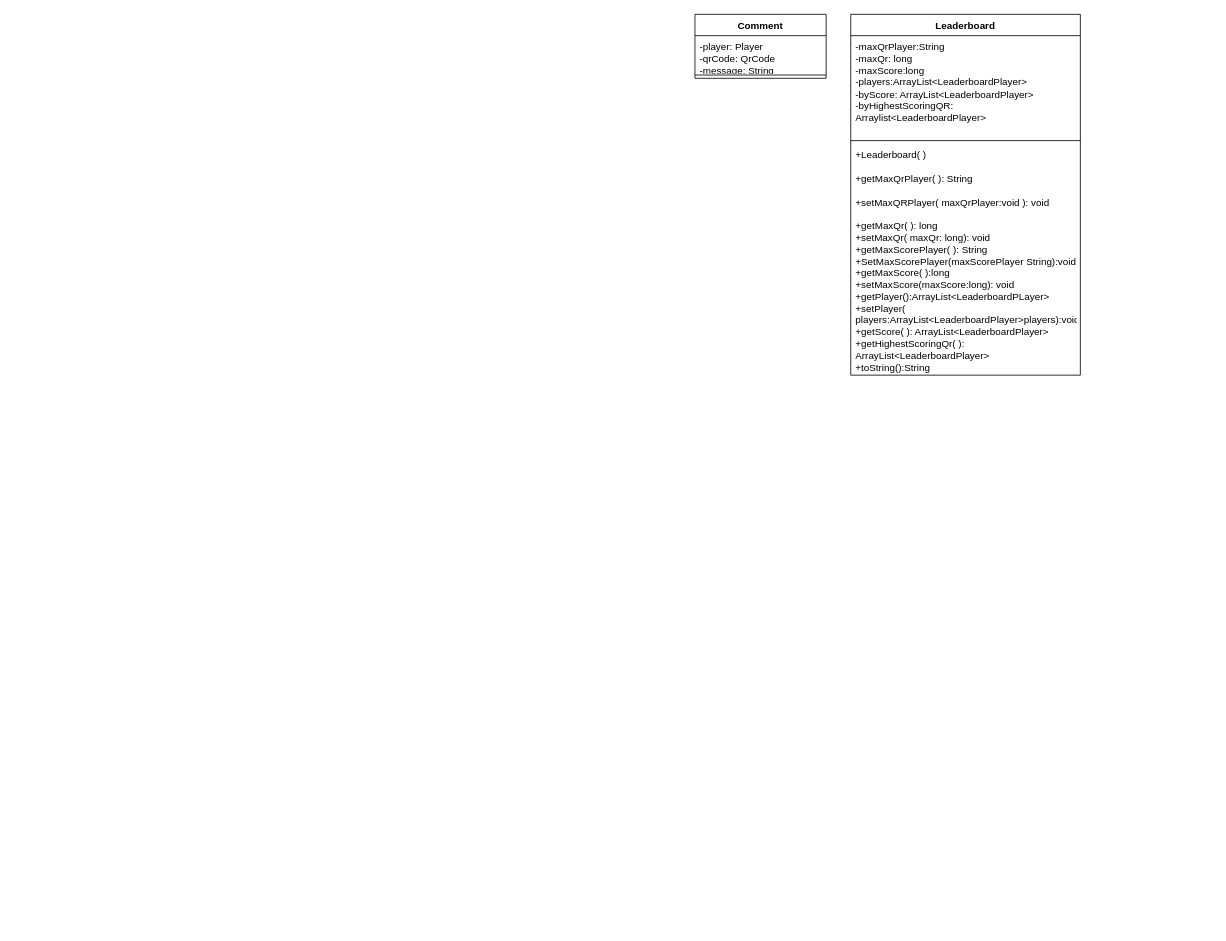
bc-davin/Canary_UML keeps this draw.io diagram as Canary_UML.drawio. Above is the earlier version. Source tidied: cells renumbered, new cells numbered last; positions are measured from the earlier drawing's top-left corner, leaving out a move shared by most shapes. Both pictures are drawn from the tidied source at 82%, with x=0, y=0 at pixel (695, 14).
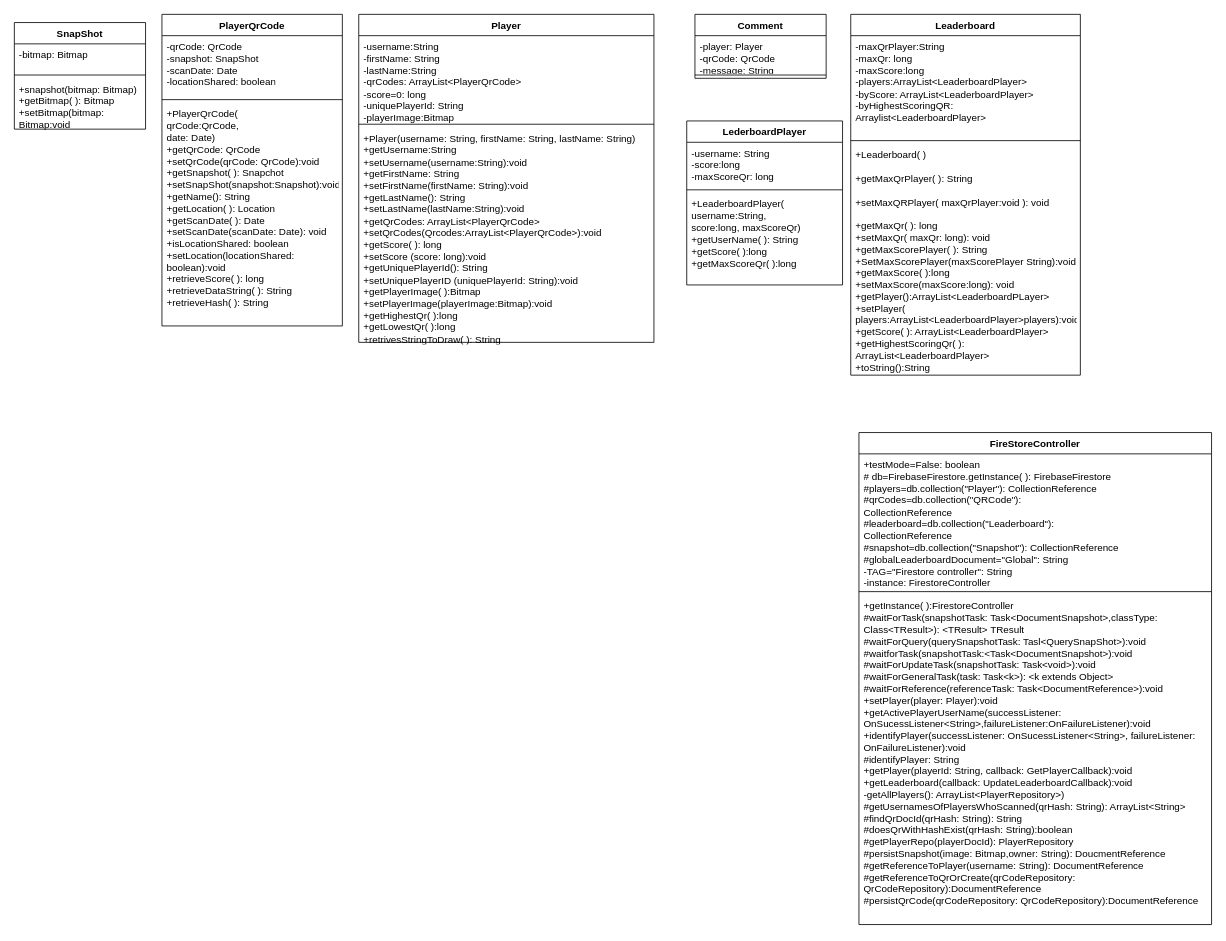
Above is the later version.

Change to the diagram source:
```diff
@@
+    <mxCell id="9" value="LederboardPlayer" style="swimlane;fontStyle=1;align=center;verticalAlign=top;horizontal=1;startSize=26;whiteSpace=wrap;html=1;" parent="1" vertex="1">
+      <mxGeometry x="-10" y="130" width="190" height="200" as="geometry" />
+    </mxCell>
+    <mxCell id="10" value="-username: String&lt;br&gt;-score:long&lt;br&gt;-maxScoreQr: long" style="text;strokeColor=none;fillColor=none;align=left;verticalAlign=top;spacingLeft=4;spacingRight=4;overflow=hidden;whiteSpace=wrap;html=1;" parent="9" vertex="1">
+      <mxGeometry y="26" width="190" height="54" as="geometry" />
+    </mxCell>
+    <mxCell id="11" style="line;strokeWidth=1;fillColor=none;align=left;verticalAlign=middle;spacingTop=-1;spacingLeft=3;spacingRight=3;labelPosition=right;strokeColor=inherit;" parent="9" vertex="1">
+      <mxGeometry y="80" width="190" height="8" as="geometry" />
+    </mxCell>
+    <mxCell id="12" value="+LeaderboardPlayer(&lt;br&gt;username:String,&lt;br&gt;score:long, maxScoreQr)&lt;br&gt;+getUserName( ): String&lt;br&gt;+getScore( ):long&lt;br&gt;+getMaxScoreQr( ):long" style="text;strokeColor=none;fillColor=none;align=left;verticalAlign=top;spacingLeft=4;spacingRight=4;overflow=hidden;whiteSpace=wrap;html=1;" parent="9" vertex="1">
+      <mxGeometry y="88" width="190" height="112" as="geometry" />
+    </mxCell>
+    <mxCell id="13" value="Player" style="swimlane;fontStyle=1;align=center;verticalAlign=top;horizontal=1;startSize=26;whiteSpace=wrap;html=1;" parent="1" vertex="1">
+      <mxGeometry x="-410" width="360" height="400" as="geometry" />
+    </mxCell>
+    <mxCell id="14" value="-username:String&lt;br&gt;-firstName: String&lt;br&gt;-lastName:String&lt;br&gt;-qrCodes: ArrayList&amp;lt;PlayerQrCode&amp;gt;&lt;br&gt;-score=0: long&lt;br&gt;-uniquePlayerId: String&lt;br&gt;-playerImage:Bitmap" style="text;strokeColor=none;fillColor=none;align=left;verticalAlign=top;spacingLeft=4;spacingRight=4;overflow=hidden;whiteSpace=wrap;html=1;" parent="13" vertex="1">
+      <mxGeometry y="26" width="360" height="104" as="geometry" />
+    </mxCell>
+    <mxCell id="15" style="line;strokeWidth=1;fillColor=none;align=left;verticalAlign=middle;spacingTop=-1;spacingLeft=3;spacingRight=3;labelPosition=right;strokeColor=inherit;" parent="13" vertex="1">
+      <mxGeometry y="130" width="360" height="8" as="geometry" />
+    </mxCell>
+    <mxCell id="16" value="+Player(username: String, firstName: String, lastName: String)&lt;br&gt;+getUsername:String&lt;br&gt;+setUsername(username:String):void&lt;br&gt;+getFirstName: String&lt;br&gt;+setFirstName(firstName: String):void&lt;br&gt;+getLastName(): String&lt;br&gt;+setLastName(lastName:String):void&lt;br&gt;+getQrCodes: ArrayList&amp;lt;PlayerQrCode&amp;gt;&lt;br&gt;+setQrCodes(Qrcodes:ArrayList&amp;lt;PlayerQrCode&amp;gt;):void&lt;br&gt;+getScore( ): long&lt;br&gt;+setScore (score: long):void&lt;br&gt;+getUniquePlayerId(): String&lt;br&gt;+setUniquePlayerID (uniquePlayerId: String):void&lt;br&gt;+getPlayerImage( ):Bitmap&lt;br&gt;+setPlayerImage(playerImage:Bitmap):void&lt;br&gt;+getHighestQr( ):long&lt;br&gt;+getLowestQr( ):long&lt;br&gt;+retrivesStringToDraw( ): String" style="text;strokeColor=none;fillColor=none;align=left;verticalAlign=top;spacingLeft=4;spacingRight=4;overflow=hidden;whiteSpace=wrap;html=1;" parent="13" vertex="1">
+      <mxGeometry y="138" width="360" height="262" as="geometry" />
+    </mxCell>
+    <mxCell id="17" value="PlayerQrCode" style="swimlane;fontStyle=1;align=center;verticalAlign=top;horizontal=1;startSize=26;whiteSpace=wrap;html=1;" parent="1" vertex="1">
+      <mxGeometry x="-650" width="220" height="380" as="geometry" />
+    </mxCell>
+    <mxCell id="18" value="-qrCode: QrCode&lt;br&gt;-snapshot: SnapShot&lt;br&gt;-scanDate: Date&lt;br&gt;-locationShared: boolean&lt;br&gt;" style="text;strokeColor=none;fillColor=none;align=left;verticalAlign=top;spacingLeft=4;spacingRight=4;overflow=hidden;whiteSpace=wrap;html=1;" parent="17" vertex="1">
+      <mxGeometry y="26" width="220" height="74" as="geometry" />
+    </mxCell>
+    <mxCell id="19" style="line;strokeWidth=1;fillColor=none;align=left;verticalAlign=middle;spacingTop=-1;spacingLeft=3;spacingRight=3;labelPosition=right;strokeColor=inherit;" parent="17" vertex="1">
+      <mxGeometry y="100" width="220" height="8" as="geometry" />
+    </mxCell>
+    <mxCell id="20" value="+PlayerQrCode(&lt;br&gt;qrCode:QrCode,&lt;br&gt;date: Date)&lt;br&gt;+getQrCode: QrCode&lt;br&gt;+setQrCode(qrCode: QrCode):void&lt;br&gt;+getSnapshot( ): Snapchot&lt;br&gt;+setSnapShot(snapshot:Snapshot):void&lt;br&gt;+getName(): String&lt;br&gt;+getLocation( ): Location&lt;br&gt;+getScanDate( ): Date&lt;br&gt;+setScanDate(scanDate: Date): void&lt;br&gt;+isLocationShared: boolean&lt;br&gt;+setLocation(locationShared: boolean):void&lt;br&gt;+retrieveScore( ): long&lt;br&gt;+retrieveDataString( ): String&lt;br&gt;+retrieveHash( ): String" style="text;strokeColor=none;fillColor=none;align=left;verticalAlign=top;spacingLeft=4;spacingRight=4;overflow=hidden;whiteSpace=wrap;html=1;" parent="17" vertex="1">
+      <mxGeometry y="108" width="220" height="272" as="geometry" />
+    </mxCell>
+    <mxCell id="21" value="SnapShot" style="swimlane;fontStyle=1;align=center;verticalAlign=top;horizontal=1;startSize=26;whiteSpace=wrap;html=1;" parent="1" vertex="1">
+      <mxGeometry x="-830" y="10" width="160" height="130" as="geometry" />
+    </mxCell>
+    <mxCell id="22" value="-bitmap: Bitmap&lt;br&gt;" style="text;strokeColor=none;fillColor=none;align=left;verticalAlign=top;spacingLeft=4;spacingRight=4;overflow=hidden;whiteSpace=wrap;html=1;" parent="21" vertex="1">
+      <mxGeometry y="26" width="160" height="34" as="geometry" />
+    </mxCell>
+    <mxCell id="23" style="line;strokeWidth=1;fillColor=none;align=left;verticalAlign=middle;spacingTop=-1;spacingLeft=3;spacingRight=3;labelPosition=right;strokeColor=inherit;" parent="21" vertex="1">
+      <mxGeometry y="60" width="160" height="8" as="geometry" />
+    </mxCell>
+    <mxCell id="24" value="+snapshot(bitmap: Bitmap)&lt;br&gt;+getBitmap( ): Bitmap&lt;br&gt;+setBitmap(bitmap: Bitmap:void" style="text;strokeColor=none;fillColor=none;align=left;verticalAlign=top;spacingLeft=4;spacingRight=4;overflow=hidden;whiteSpace=wrap;html=1;" parent="21" vertex="1">
+      <mxGeometry y="68" width="160" height="62" as="geometry" />
+    </mxCell>
+    <mxCell id="25" value="FireStoreController" style="swimlane;fontStyle=1;align=center;verticalAlign=top;horizontal=1;startSize=26;whiteSpace=wrap;html=1;" parent="1" vertex="1">
+      <mxGeometry x="200" y="510" width="430" height="600" as="geometry" />
+    </mxCell>
+    <mxCell id="26" value="+testMode=False: boolean&lt;br&gt;# db=FirebaseFirestore.getInstance( ): FirebaseFirestore&lt;br&gt;#players=db.collection(&quot;Player&quot;): CollectionReference&lt;br&gt;#qrCodes=db.collection(&quot;QRCode&quot;):&lt;br&gt;CollectionReference&lt;br&gt;#leaderboard=db.collection(&quot;Leaderboard&quot;):&lt;br&gt;CollectionReference&lt;br&gt;#snapshot=db.collection(&quot;Snapshot&quot;): CollectionReference&lt;br&gt;#globalLeaderboardDocument=&quot;Global&quot;: String&lt;br&gt;-TAG=&quot;Firestore controller&quot;: String&lt;br&gt;-instance: FirestoreController" style="text;strokeColor=none;fillColor=none;align=left;verticalAlign=top;spacingLeft=4;spacingRight=4;overflow=hidden;whiteSpace=wrap;html=1;" parent="25" vertex="1">
+      <mxGeometry y="26" width="430" height="164" as="geometry" />
+    </mxCell>
+    <mxCell id="27" style="line;strokeWidth=1;fillColor=none;align=left;verticalAlign=middle;spacingTop=-1;spacingLeft=3;spacingRight=3;labelPosition=right;strokeColor=inherit;" parent="25" vertex="1">
+      <mxGeometry y="190" width="430" height="8" as="geometry" />
+    </mxCell>
+    <mxCell id="28" value="+getInstance( ):FirestoreController&lt;br&gt;#waitForTask(snapshotTask: Task&amp;lt;DocumentSnapshot&amp;gt;,classType: Class&amp;lt;TResult&amp;gt;): &amp;lt;TResult&amp;gt; TResult&lt;br&gt;#waitForQuery(querySnapshotTask: Tasl&amp;lt;QuerySnapShot&amp;gt;):void&lt;br&gt;#waitforTask(snapshotTask:&amp;lt;Task&amp;lt;DocumentSnapshot&amp;gt;):void&lt;br&gt;#waitForUpdateTask(snapshotTask: Task&amp;lt;void&amp;gt;):void&lt;br&gt;#waitForGeneralTask(task: Task&amp;lt;k&amp;gt;): &amp;lt;k extends Object&amp;gt;&lt;br&gt;#waitForReference(referenceTask: Task&amp;lt;DocumentReference&amp;gt;):void&lt;br&gt;+setPlayer(player: Player):void&lt;br&gt;+getActivePlayerUserName(successListener:&lt;br&gt;OnSucessListener&amp;lt;String&amp;gt;,failureListener:OnFailureListener):void&lt;br&gt;+identifyPlayer(successListener: OnSucessListener&amp;lt;String&amp;gt;, failureListener: OnFailureListener):void&lt;br&gt;#identifyPlayer: String&lt;br&gt;+getPlayer(playerId: String, callback: GetPlayerCallback):void&lt;br&gt;+getLeaderboard(callback: UpdateLeaderboardCallback):void&lt;br&gt;-getAllPlayers(): ArrayList&amp;lt;PlayerRepository&amp;gt;)&lt;br&gt;#getUsernamesOfPlayersWhoScanned(qrHash: String): ArrayList&amp;lt;String&amp;gt;&lt;br&gt;#findQrDocId(qrHash: String): String&lt;br&gt;#doesQrWithHashExist(qrHash: String):boolean&lt;br&gt;#getPlayerRepo(playerDocId): PlayerRepository&lt;br&gt;#persistSnapshot(image: Bitmap,owner: String): DoucmentReference&lt;br&gt;#getReferenceToPlayer(username: String): DocumentReference&lt;br&gt;#getReferenceToQrOrCreate(qrCodeRepository: QrCodeRepository):DocumentReference&lt;br&gt;#persistQrCode(qrCodeRepository: QrCodeRepository):DocumentReference&lt;br&gt;" style="text;strokeColor=none;fillColor=none;align=left;verticalAlign=top;spacingLeft=4;spacingRight=4;overflow=hidden;whiteSpace=wrap;html=1;" parent="25" vertex="1">
+      <mxGeometry y="198" width="430" height="402" as="geometry" />
+    </mxCell>
```
